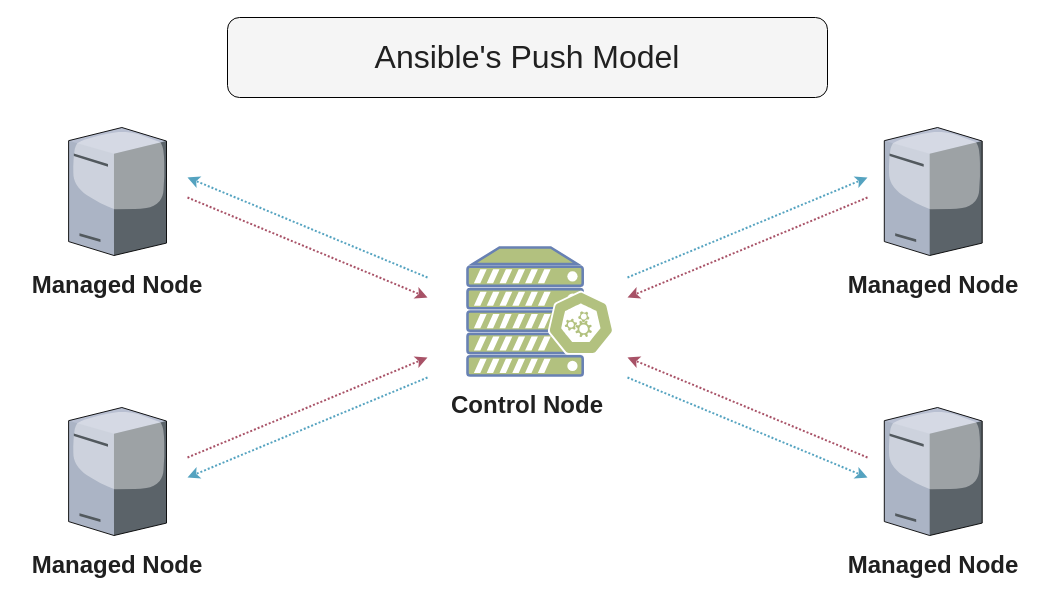
This is getting-started-with-ansible/configuring-multiple-hosts/assets/ansible-push-model.drawio from hieuvp/learning-automation-tools, a draw.io file, before an edit. Source tidied: cells renumbered, new cells numbered last; positions are measured from the earlier drawing's top-left corner, leaving out a move shared by most shapes. Both pictures are drawn from the tidied source at 100%, with x=0, y=0 at pixel (17, 17).
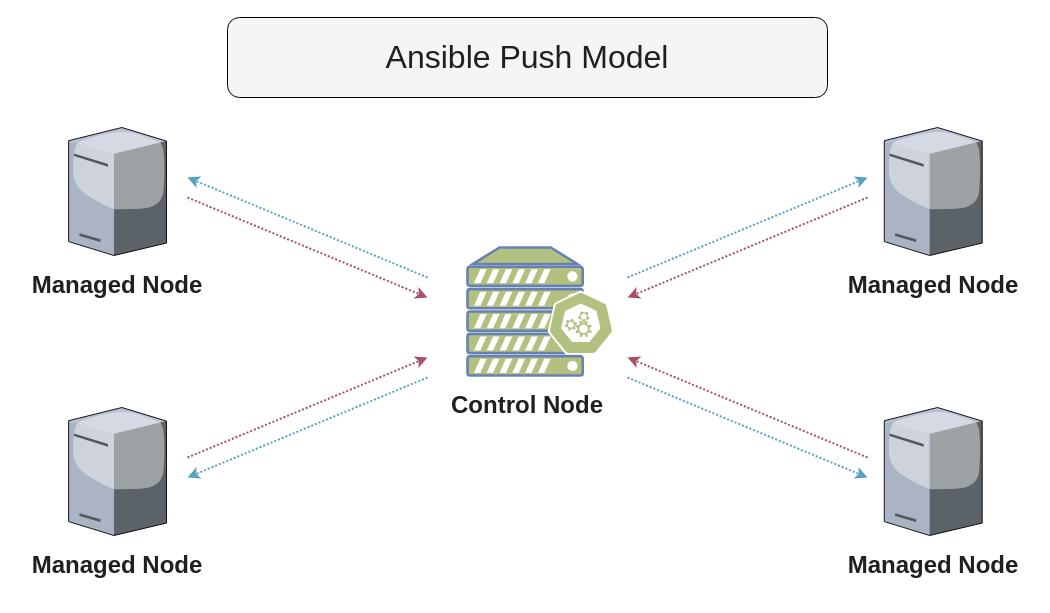
After the change.

The edit, as a diff of the source:
```diff
@@
-    <mxCell id="14" value="&lt;div style=&quot;font-size: 32px&quot;&gt;Ansible's Push Model&lt;br&gt;&lt;/div&gt;" style="text;html=1;strokeColor=#000000;fillColor=#f5f5f5;align=center;verticalAlign=middle;whiteSpace=wrap;rounded=1;fontSize=32;fontColor=#202020;" parent="1" vertex="1">
+    <mxCell id="14" value="&lt;div style=&quot;font-size: 32px&quot;&gt;Ansible Push Model&lt;br&gt;&lt;/div&gt;" style="text;html=1;strokeColor=#000000;fillColor=#f5f5f5;align=center;verticalAlign=middle;whiteSpace=wrap;rounded=1;fontSize=32;fontColor=#202020;" parent="1" vertex="1">
       <mxGeometry x="210" width="600" height="80" as="geometry" />
     </mxCell>
```
